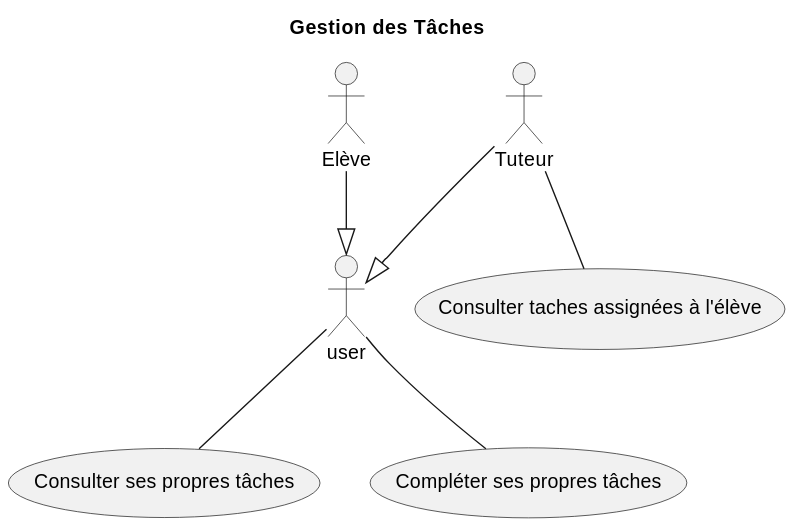
The PlantUML diagram docs/diagrams/tasks/task_management.svg in KMBCL/P3_specifications, before a commit.
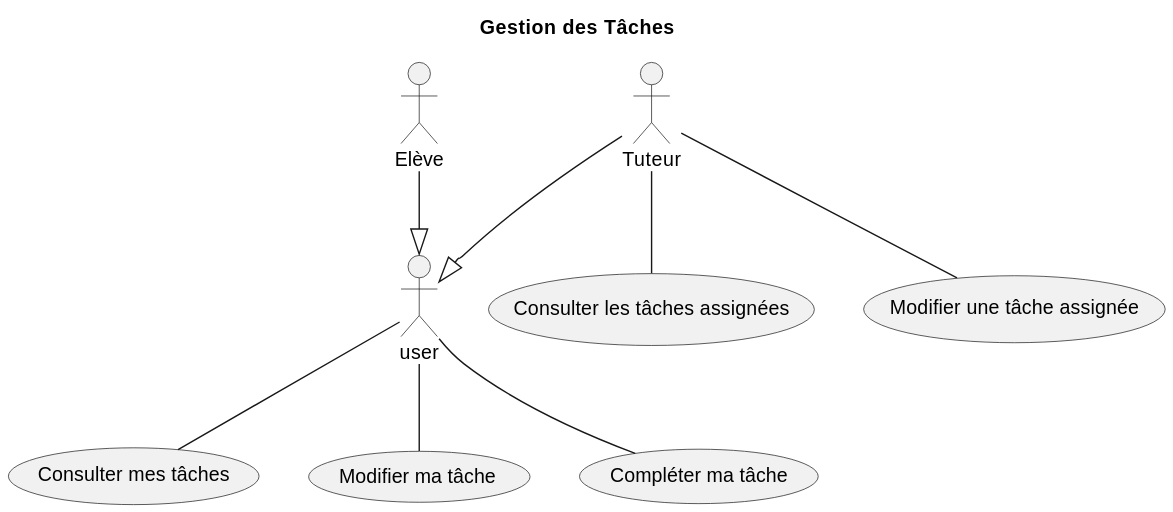
The same file after the commit.

Diff of the diagram source:
```diff
@@ -1,17 +1,21 @@
 @startuml
 title Gestion des Tâches
 
-!include /specifications/docs/diagrams/actors/actors.puml
+!include /specifications/docs/diagrams/actors/common.puml
 
 student --|> user
 tutor --|> user
 
-usecase "Consulter ses propres tâches" as see_owned_tasks
-usecase "Consulter taches assignées à l'élève" as see_student_assigned_tasks
-usecase "Compléter ses propres tâches" as complete_task
+usecase "Consulter mes tâches" as see_owned_tasks
+usecase "Consulter les tâches assignées" as see_student_assigned_tasks
+usecase "Modifier une tâche assignée" as update_student_assigned_task
+usecase "Modifier ma tâche" as update_task
+usecase "Compléter ma tâche" as complete_task
 
 user -- see_owned_tasks
 user -- complete_task
+user -- update_task
 
 tutor -- see_student_assigned_tasks
+tutor -- update_student_assigned_task
 @enduml
```
